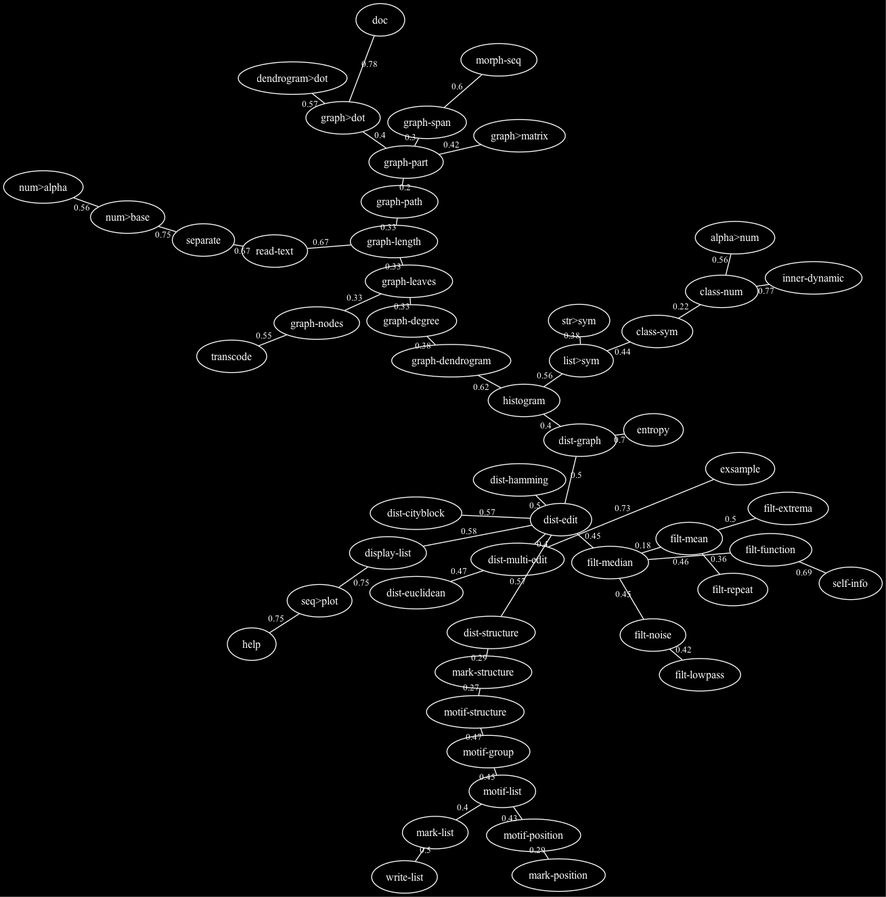
FredVoisin/refrains keeps this Graphviz diagram as doc/pictures/refrains-names.png. Above is the earlier version. Its source is kept beside it as doc/pictures/refrains-names.dot.
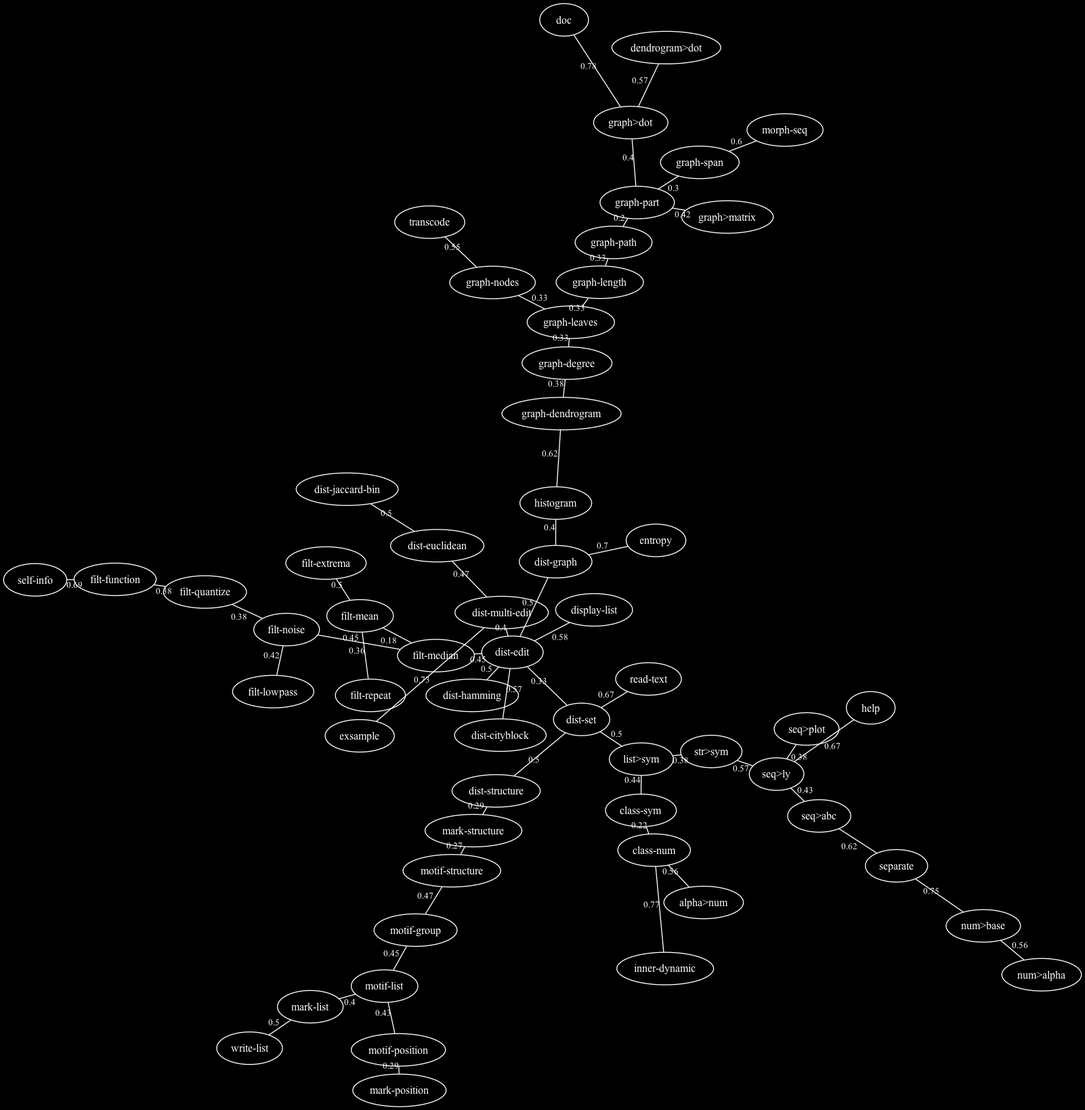
The same diagram one commit later.

Change to the diagram source:
```diff
@@ -1,5 +1,5 @@
 graph "refrains-names" {
-/* generated with refrains:graph>dot, 25 Oct 2026 13:40:23 */
+/* generated with refrains:graph>dot, 27 Oct 2026 1:38:28 */
  graph [overlap="false", sep="+4"];
  graph [bgcolor=black];
  node [shape="ellipse", font=Helvetica, fontsize=12, color=white, fontcolor=white];
@@ -11,13 +11,17 @@
  "dist-structure" -- "mark-structure" [w=1, len=0.290000, label="0.29"];
  "mark-position" -- "motif-position" [w=1, len=0.290000, label="0.29"];
  "graph-part" -- "graph-span" [w=1, len=0.300000, label="0.3"];
+ "dist-edit" -- "dist-set" [w=1, len=0.330000, label="0.33"];
  "graph-degree" -- "graph-leaves" [w=1, len=0.330000, label="0.33"];
  "graph-leaves" -- "graph-length" [w=1, len=0.330000, label="0.33"];
  "graph-leaves" -- "graph-nodes" [w=1, len=0.330000, label="0.33"];
  "graph-length" -- "graph-path" [w=1, len=0.330000, label="0.33"];
  "filt-mean" -- "filt-repeat" [w=1, len=0.360000, label="0.36"];
+ "filt-function" -- "filt-quantize" [w=1, len=0.380000, label="0.38"];
+ "filt-noise" -- "filt-quantize" [w=1, len=0.380000, label="0.38"];
  "graph-degree" -- "graph-dendrogram" [w=1, len=0.380000, label="0.38"];
  "list>sym" -- "str>sym" [w=1, len=0.380000, label="0.38"];
+ "seq>ly" -- "seq>plot" [w=1, len=0.380000, label="0.38"];
  "dist-edit" -- "dist-multi-edit" [w=1, len=0.400000, label="0.4"];
  "dist-graph" -- "histogram" [w=1, len=0.400000, label="0.4"];
  "graph-part" -- "graph>dot" [w=1, len=0.400000, label="0.4"];
@@ -25,34 +29,35 @@
  "filt-lowpass" -- "filt-noise" [w=1, len=0.420000, label="0.42"];
  "graph-part" -- "graph>matrix" [w=1, len=0.420000, label="0.42"];
  "motif-list" -- "motif-position" [w=1, len=0.430000, label="0.43"];
+ "seq>abc" -- "seq>ly" [w=1, len=0.430000, label="0.43"];
  "class-sym" -- "list>sym" [w=1, len=0.440000, label="0.44"];
  "dist-edit" -- "filt-median" [w=1, len=0.450000, label="0.45"];
  "filt-median" -- "filt-noise" [w=1, len=0.450000, label="0.45"];
  "motif-group" -- "motif-list" [w=1, len=0.450000, label="0.45"];
- "filt-function" -- "filt-median" [w=1, len=0.460000, label="0.46"];
  "dist-euclidean" -- "dist-multi-edit" [w=1, len=0.470000, label="0.47"];
  "motif-group" -- "motif-structure" [w=1, len=0.470000, label="0.47"];
  "dist-edit" -- "dist-graph" [w=1, len=0.500000, label="0.5"];
  "dist-edit" -- "dist-hamming" [w=1, len=0.500000, label="0.5"];
+ "dist-euclidean" -- "dist-jaccard-bin" [w=1, len=0.500000, label="0.5"];
+ "dist-set" -- "dist-structure" [w=1, len=0.500000, label="0.5"];
+ "dist-set" -- "list>sym" [w=1, len=0.500000, label="0.5"];
  "filt-extrema" -- "filt-mean" [w=1, len=0.500000, label="0.5"];
  "mark-list" -- "write-list" [w=1, len=0.500000, label="0.5"];
  "graph-nodes" -- "transcode" [w=1, len=0.550000, label="0.55"];
  "alpha>num" -- "class-num" [w=1, len=0.560000, label="0.56"];
- "histogram" -- "list>sym" [w=1, len=0.560000, label="0.56"];
  "num>alpha" -- "num>base" [w=1, len=0.560000, label="0.56"];
  "dendrogram>dot" -- "graph>dot" [w=1, len=0.570000, label="0.57"];
  "dist-cityblock" -- "dist-edit" [w=1, len=0.570000, label="0.57"];
- "dist-edit" -- "dist-structure" [w=1, len=0.570000, label="0.57"];
+ "seq>ly" -- "str>sym" [w=1, len=0.570000, label="0.57"];
  "display-list" -- "dist-edit" [w=1, len=0.580000, label="0.58"];
  "graph-span" -- "morph-seq" [w=1, len=0.600000, label="0.6"];
  "graph-dendrogram" -- "histogram" [w=1, len=0.620000, label="0.62"];
- "graph-length" -- "read-text" [w=1, len=0.670000, label="0.67"];
- "read-text" -- "separate" [w=1, len=0.670000, label="0.67"];
+ "separate" -- "seq>abc" [w=1, len=0.620000, label="0.62"];
+ "dist-set" -- "read-text" [w=1, len=0.670000, label="0.67"];
+ "help" -- "seq>ly" [w=1, len=0.670000, label="0.67"];
  "filt-function" -- "self-info" [w=1, len=0.690000, label="0.69"];
  "dist-graph" -- "entropy" [w=1, len=0.700000, label="0.7"];
  "dist-multi-edit" -- "exsample" [w=1, len=0.730000, label="0.73"];
- "display-list" -- "seq>plot" [w=1, len=0.750000, label="0.75"];
- "help" -- "seq>plot" [w=1, len=0.750000, label="0.75"];
  "num>base" -- "separate" [w=1, len=0.750000, label="0.75"];
  "class-num" -- "inner-dynamic" [w=1, len=0.770000, label="0.77"];
  "doc" -- "graph>dot" [w=1, len=0.780000, label="0.78"];
```
